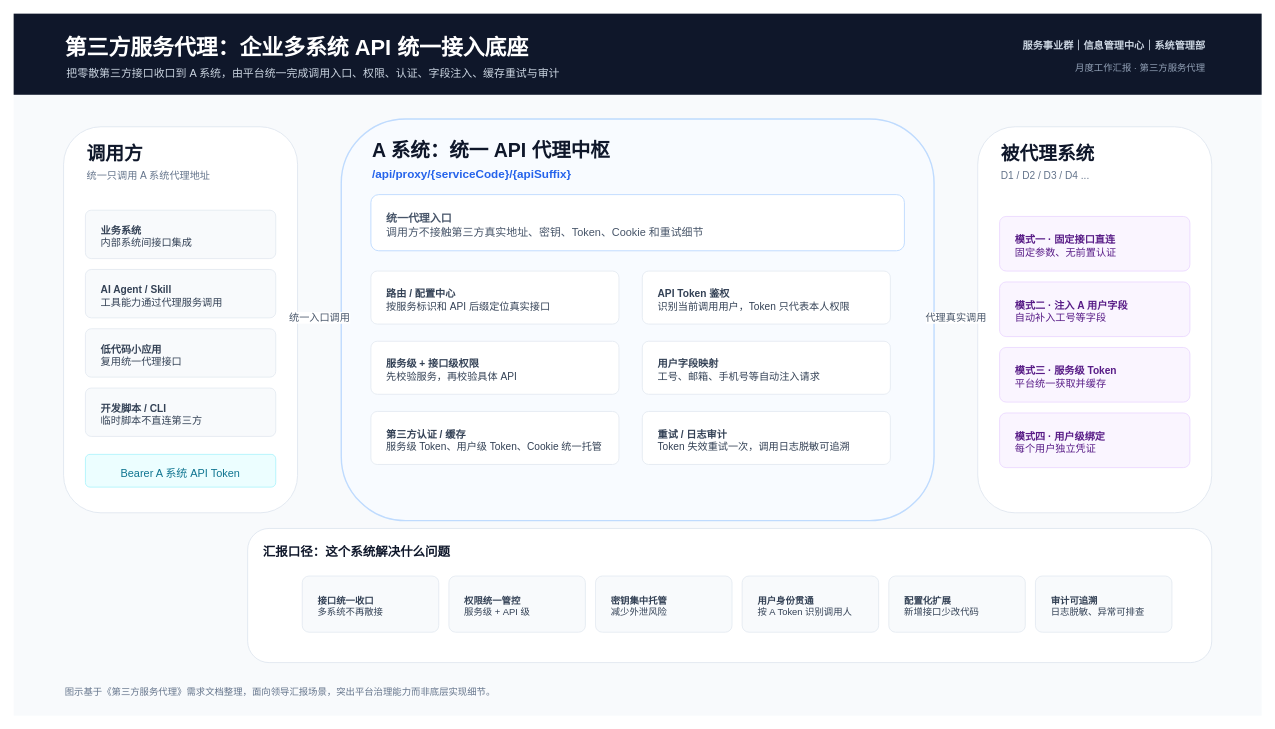
Before: page "01 领导视角总览" (1 of 2) of third_party_service_proxy.drawio in wf1woi/drawio-network, a draw.io diagram. Source tidied: cells renumbered, new cells numbered last; positions are measured from the earlier drawing's top-left corner, leaving out a move shared by most shapes. Both pictures are drawn from the tidied source at 78%, with x=0, y=0 at pixel (13, 13).
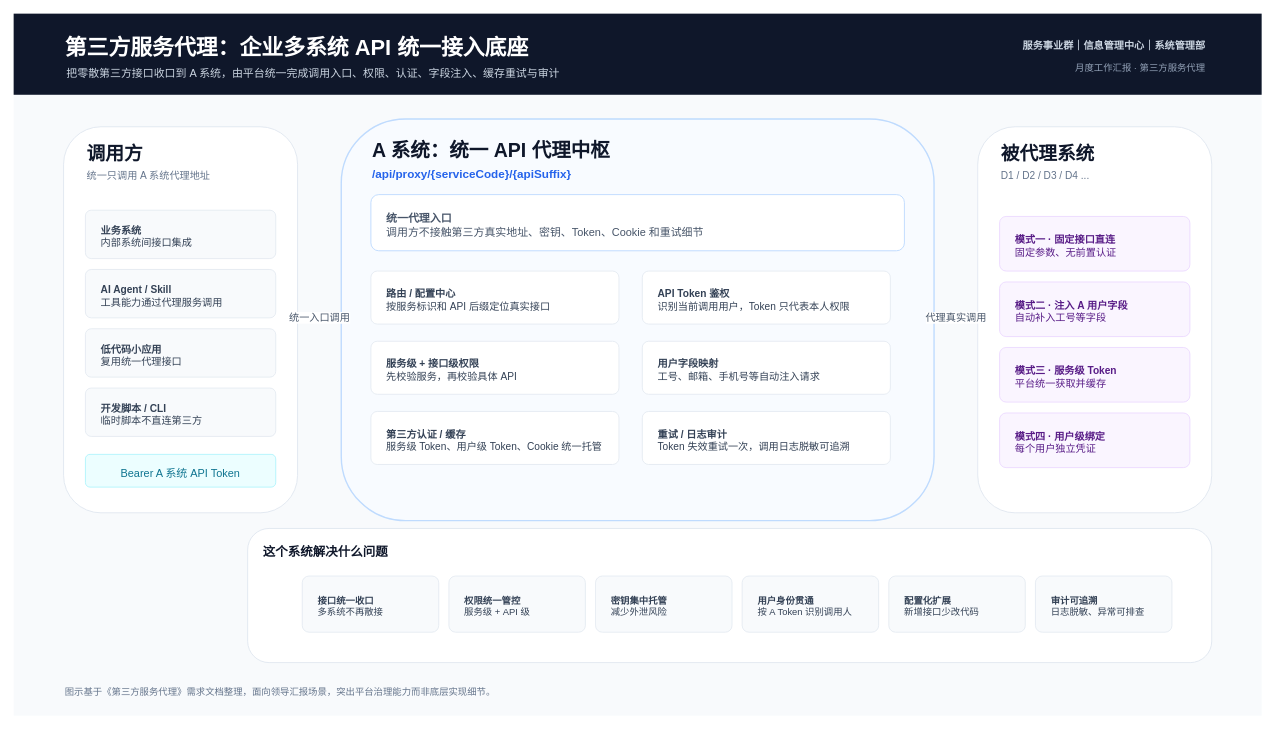
The same diagram, later.

Change to the diagram source:
```diff
@@
-    <mxCell id="35" value="&lt;b&gt;汇报口径：这个系统解决什么问题&lt;/b&gt;" style="rounded=1;whiteSpace=wrap;html=1;arcSize=16;strokeColor=#e2e8f0;fillColor=#ffffff;strokeWidth=1.2;fontSize=16;fontColor=#0f172a;align=left;verticalAlign=top;spacing=10;spacingTop=6;spacingLeft=10;spacingRight=10;" parent="1" vertex="1">
+    <mxCell id="35" value="&lt;b&gt;这个系统解决什么问题&lt;/b&gt;" style="rounded=1;whiteSpace=wrap;html=1;arcSize=16;strokeColor=#e2e8f0;fillColor=#ffffff;strokeWidth=1.2;fontSize=16;fontColor=#0f172a;align=left;verticalAlign=top;spacing=10;spacingTop=6;spacingLeft=10;spacingRight=10;" parent="1" vertex="1">
       <mxGeometry x="300" y="660" width="1236" height="172" as="geometry" />
     </mxCell>
```
